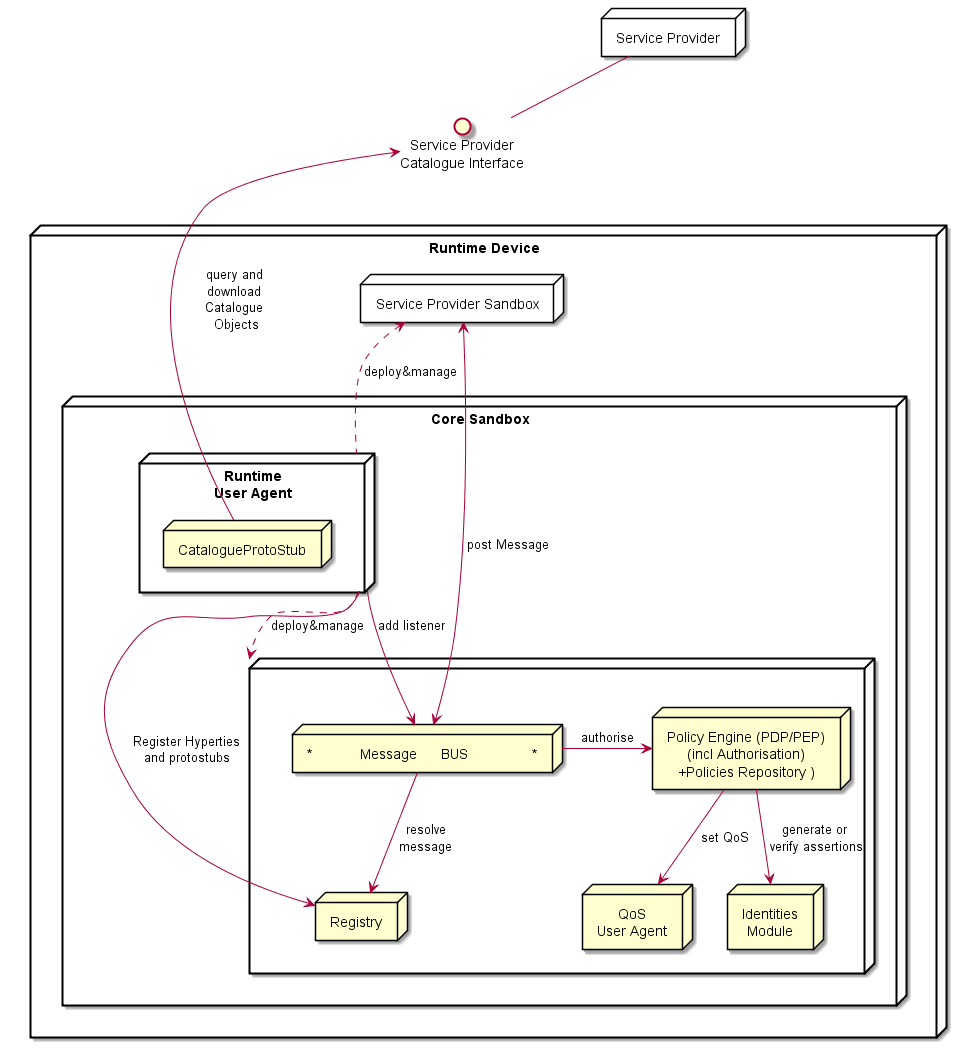
Above: docs/specs/runtime/Core_Runtime.png in reTHINK-project/core-framework (PlantUML), before the change.
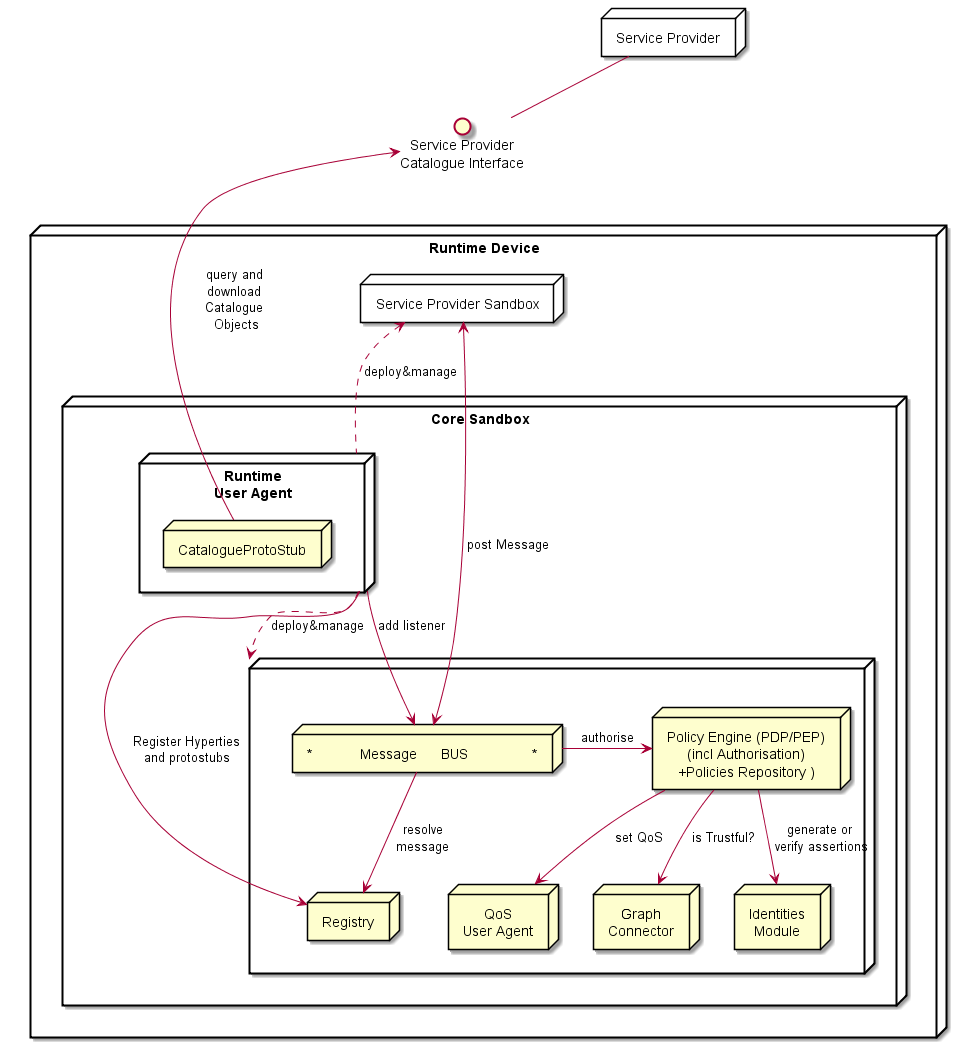
Later version of the same file.

Diff of the diagram source:
```diff
@@ -27,6 +27,7 @@
 
  node "QoS\nUser Agent" as QoS
 
+ node "Graph\nConnector" as Graph
 }
 
  node "Runtime\nUser Agent" as RunUA {
@@ -43,6 +44,8 @@
  PDP -down-> QoS : set QoS
 
  PDP -down-> ID : generate or\n verify assertions
+
+ PDP -down-> Graph : is Trustful?
 
  Reg <-up- Bus: resolve\nmessage
 
```
